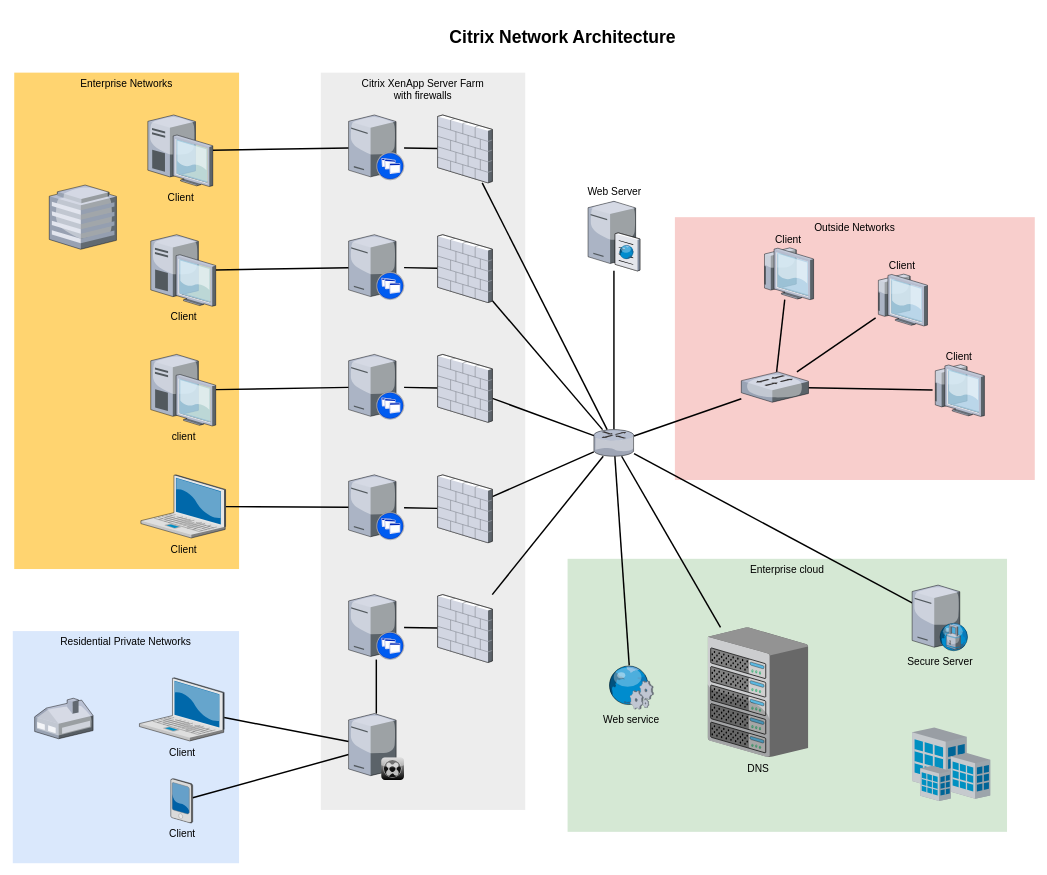
Above: Untitled Diagram.drawio in dindahusnaa/DindaHusnaa (draw.io), before the change. Source tidied: cells renumbered, new cells numbered last; positions are measured from the earlier drawing's top-left corner, leaving out a move shared by most shapes. Both pictures are drawn from the tidied source at 73%, with x=0, y=0 at pixel (12, 23).
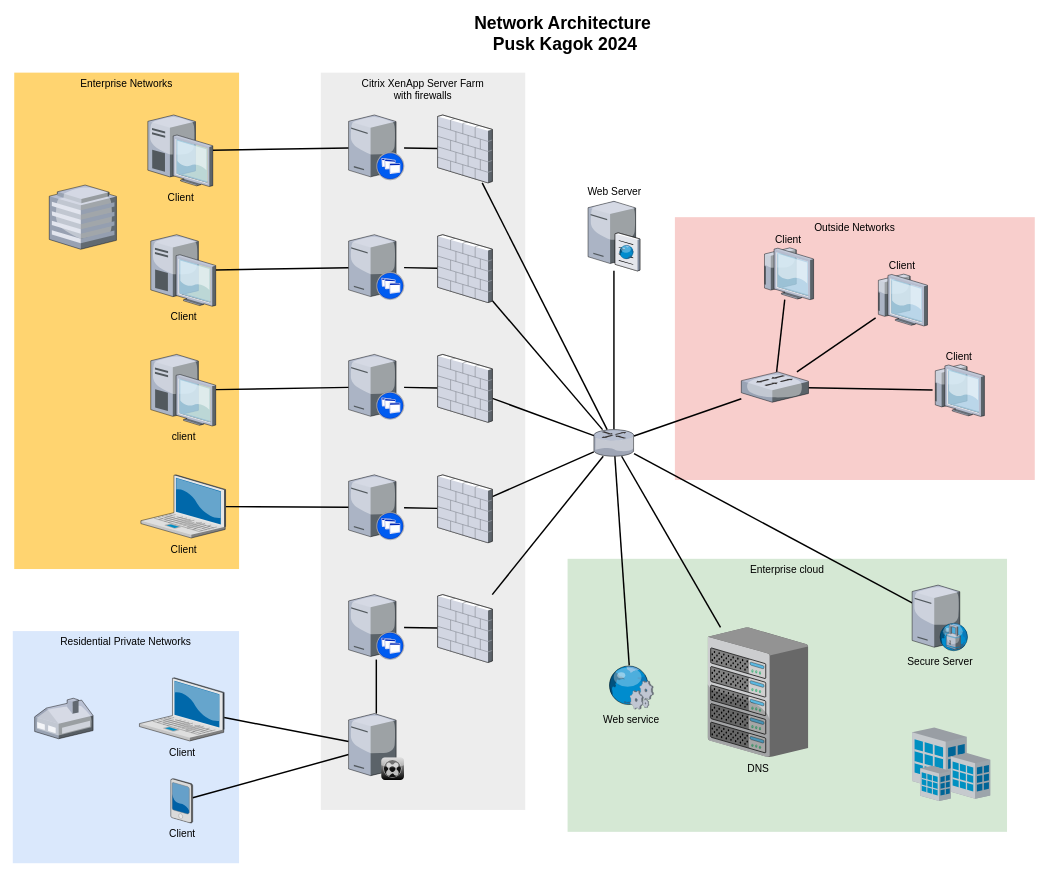
The same diagram, later.

Commit message:
Topologi Jaringan Kagok 2024

Diff of the diagram source:
```diff
@@
-    <mxCell id="61" value="Citrix Network Architecture" style="text;strokeColor=none;fillColor=none;html=1;fontSize=24;fontStyle=1;verticalAlign=middle;align=center;" parent="1" vertex="1">
-      <mxGeometry x="322" width="861" height="40" as="geometry" />
+    <mxCell id="61" value="&lt;div&gt;Network Architecture&lt;/div&gt;&lt;div&gt;&amp;nbsp;Pusk Kagok 2024 &lt;/div&gt;" style="text;strokeColor=none;fillColor=none;html=1;fontSize=24;fontStyle=1;verticalAlign=middle;align=center;" parent="1" vertex="1">
+      <mxGeometry x="322" y="-10" width="861" height="50" as="geometry" />
     </mxCell>
```
